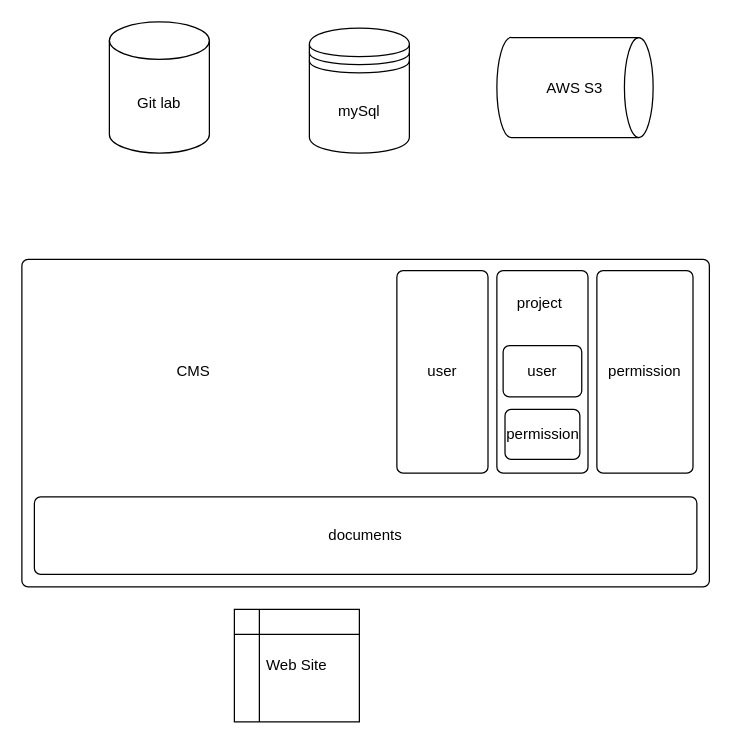
zonewancheng/diagrames keeps this draw.io diagram as page "CMS架构图" (6 of 6) of 工程化体系建设.drawio. Above is the earlier version. Source tidied: cells renumbered, new cells numbered last; positions are measured from the earlier drawing's top-left corner, leaving out a move shared by most shapes. Both pictures are drawn from the tidied source at 125%, with x=0, y=0 at pixel (21, 21).
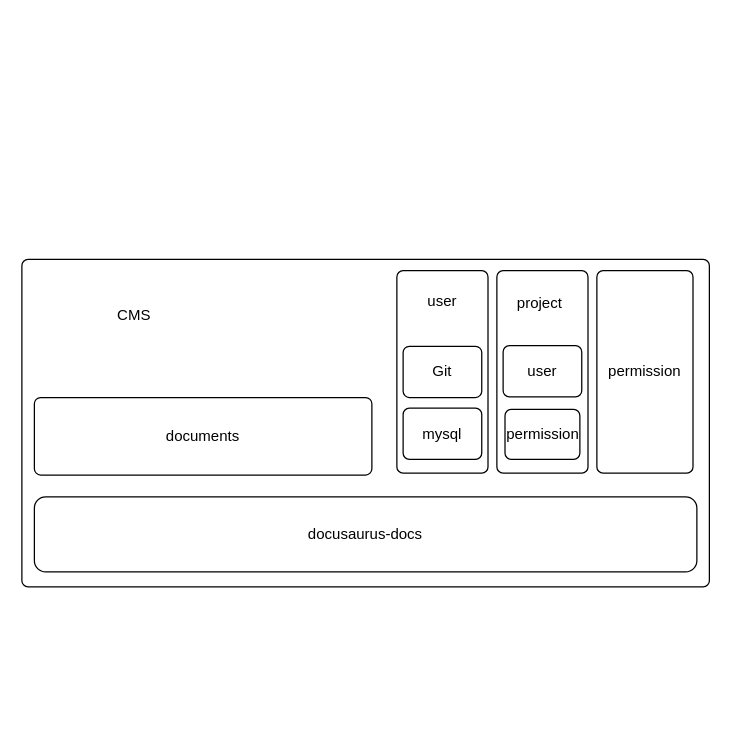
The same diagram, later.

Commit message (it also covers changes not shown here):
更新工程化体系建设.drawio

Diff of the diagram source:
```diff
@@
 <mxGraphModel>
   <root>
     <mxCell id="0" />
     <mxCell id="1" parent="0" />
-    <mxCell id="2" value="Git lab" style="shape=cylinder3;whiteSpace=wrap;html=1;boundedLbl=1;backgroundOutline=1;size=15;" parent="1" vertex="1">
-      <mxGeometry x="70" width="80" height="105" as="geometry" />
-    </mxCell>
-    <mxCell id="3" value="Web Site" style="shape=internalStorage;whiteSpace=wrap;html=1;backgroundOutline=1;" parent="1" vertex="1">
-      <mxGeometry x="170" y="470" width="100" height="90" as="geometry" />
-    </mxCell>
-    <mxCell id="4" value="mySql" style="shape=datastore;whiteSpace=wrap;html=1;" parent="1" vertex="1">
-      <mxGeometry x="230" y="5" width="80" height="100" as="geometry" />
-    </mxCell>
     <mxCell id="5" style="rounded=1;absoluteArcSize=1;html=1;arcSize=10;" parent="1" vertex="1">
       <mxGeometry y="190" width="550" height="262" as="geometry" />
     </mxCell>
     <mxCell id="6" value="CMS" style="html=1;shape=mxgraph.er.anchor;whiteSpace=wrap;" parent="5" vertex="1">
-      <mxGeometry width="275" height="180" as="geometry" />
+      <mxGeometry width="180" height="90" as="geometry" />
     </mxCell>
-    <mxCell id="7" value="user" style="rounded=1;absoluteArcSize=1;html=1;arcSize=10;whiteSpace=wrap;strokeColor=inherit;fillColor=inherit;" parent="5" vertex="1">
+    <mxCell id="7" style="rounded=1;absoluteArcSize=1;html=1;arcSize=10;whiteSpace=wrap;strokeColor=inherit;fillColor=inherit;" parent="5" vertex="1">
       <mxGeometry x="300" y="9" width="72.9" height="162" as="geometry" />
     </mxCell>
     <mxCell id="8" value="permission" style="rounded=1;absoluteArcSize=1;html=1;arcSize=10;whiteSpace=wrap;strokeColor=inherit;fillColor=inherit;" parent="5" vertex="1">
       <mxGeometry x="460" y="9" width="76.9" height="162" as="geometry" />
     </mxCell>
     <mxCell id="9" style="rounded=1;absoluteArcSize=1;html=1;arcSize=10;whiteSpace=wrap;strokeColor=inherit;fillColor=inherit;" parent="5" vertex="1">
       <mxGeometry x="380" y="9" width="72.9" height="162" as="geometry" />
     </mxCell>
     <mxCell id="10" value="permission" style="rounded=1;absoluteArcSize=1;html=1;arcSize=10;whiteSpace=wrap;strokeColor=inherit;fillColor=inherit;" parent="5" vertex="1">
       <mxGeometry x="386.5" y="120" width="59.9" height="40" as="geometry" />
     </mxCell>
     <mxCell id="11" value="project" style="html=1;shape=mxgraph.er.anchor;whiteSpace=wrap;" parent="5" vertex="1">
       <mxGeometry x="386.5" y="10" width="55" height="50" as="geometry" />
     </mxCell>
     <mxCell id="12" value="user" style="rounded=1;absoluteArcSize=1;html=1;arcSize=10;whiteSpace=wrap;strokeColor=inherit;fillColor=inherit;" parent="5" vertex="1">
       <mxGeometry x="385" y="69" width="62.9" height="41" as="geometry" />
     </mxCell>
     <mxCell id="13" value="documents" style="rounded=1;absoluteArcSize=1;html=1;arcSize=10;whiteSpace=wrap;strokeColor=inherit;fillColor=inherit;" parent="5" vertex="1">
-      <mxGeometry x="10" y="190" width="530" height="62" as="geometry" />
+      <mxGeometry x="10" y="110.5" width="270" height="62" as="geometry" />
     </mxCell>
-    <mxCell id="14" value="AWS S3" style="strokeWidth=1;html=1;shape=mxgraph.flowchart.direct_data;whiteSpace=wrap;" parent="1" vertex="1">
-      <mxGeometry x="380" y="12.5" width="125" height="80" as="geometry" />
-    </mxCell>
+    <mxCell id="15" value="Git" style="rounded=1;absoluteArcSize=1;html=1;arcSize=10;whiteSpace=wrap;strokeColor=inherit;fillColor=inherit;" parent="5" vertex="1">
+      <mxGeometry x="305" y="69.5" width="62.9" height="41" as="geometry" />
+    </mxCell>
+    <mxCell id="16" value="user" style="html=1;shape=mxgraph.er.anchor;whiteSpace=wrap;" parent="5" vertex="1">
+      <mxGeometry x="308.9" y="9" width="55" height="50" as="geometry" />
+    </mxCell>
+    <mxCell id="17" value="mysql" style="rounded=1;absoluteArcSize=1;html=1;arcSize=10;whiteSpace=wrap;strokeColor=inherit;fillColor=inherit;" parent="5" vertex="1">
+      <mxGeometry x="305" y="119" width="62.9" height="41" as="geometry" />
+    </mxCell>
+    <mxCell id="18" value="docusaurus-docs" style="rounded=1;whiteSpace=wrap;html=1;" parent="5" vertex="1">
+      <mxGeometry x="10" y="190" width="530" height="60" as="geometry" />
+    </mxCell>
   </root>
 </mxGraphModel>
```
